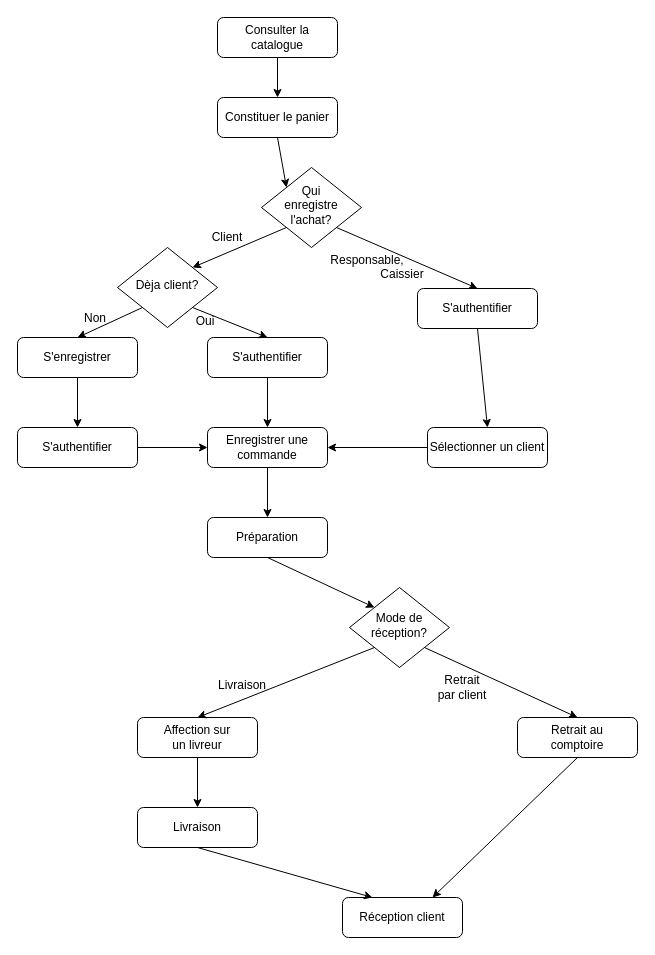
This is life cycle Diagram.drawio from Maayaavi/OC_Project_4, a draw.io file, before an edit. Source tidied: cells renumbered, new cells numbered last; positions are measured from the earlier drawing's top-left corner, leaving out a move shared by most shapes. Both pictures are drawn from the tidied source at 100%, with x=0, y=0 at pixel (17, 17).
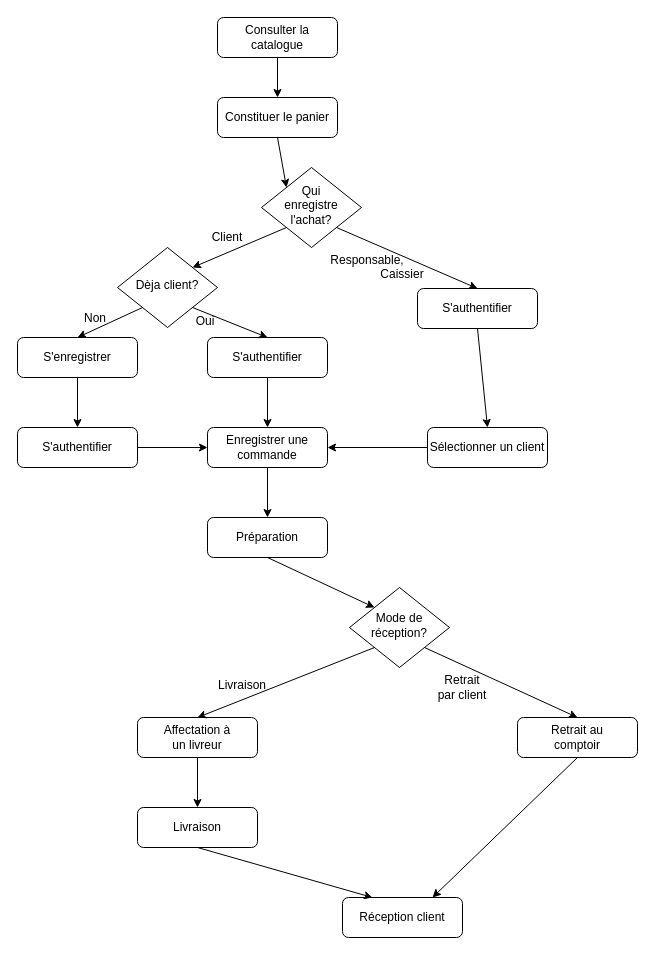
The same diagram, later.

What changed in the source:
```diff
@@
-    <mxCell id="20" value="Affection sur&lt;br&gt;un livreur" style="rounded=1;whiteSpace=wrap;html=1;fontSize=12;glass=0;strokeWidth=1;shadow=0;" parent="1" vertex="1">
+    <mxCell id="20" value="Affectation à&lt;br&gt;un livreur" style="rounded=1;whiteSpace=wrap;html=1;fontSize=12;glass=0;strokeWidth=1;shadow=0;" parent="1" vertex="1">
       <mxGeometry x="120" y="700" width="120" height="40" as="geometry" />
     </mxCell>
@@
-    <mxCell id="31" value="Retrait au&lt;br&gt;comptoire" style="rounded=1;whiteSpace=wrap;html=1;fontSize=12;glass=0;strokeWidth=1;shadow=0;" parent="1" vertex="1">
+    <mxCell id="31" value="Retrait au&lt;br&gt;comptoir" style="rounded=1;whiteSpace=wrap;html=1;fontSize=12;glass=0;strokeWidth=1;shadow=0;" parent="1" vertex="1">
       <mxGeometry x="500" y="700" width="120" height="40" as="geometry" />
     </mxCell>
```
